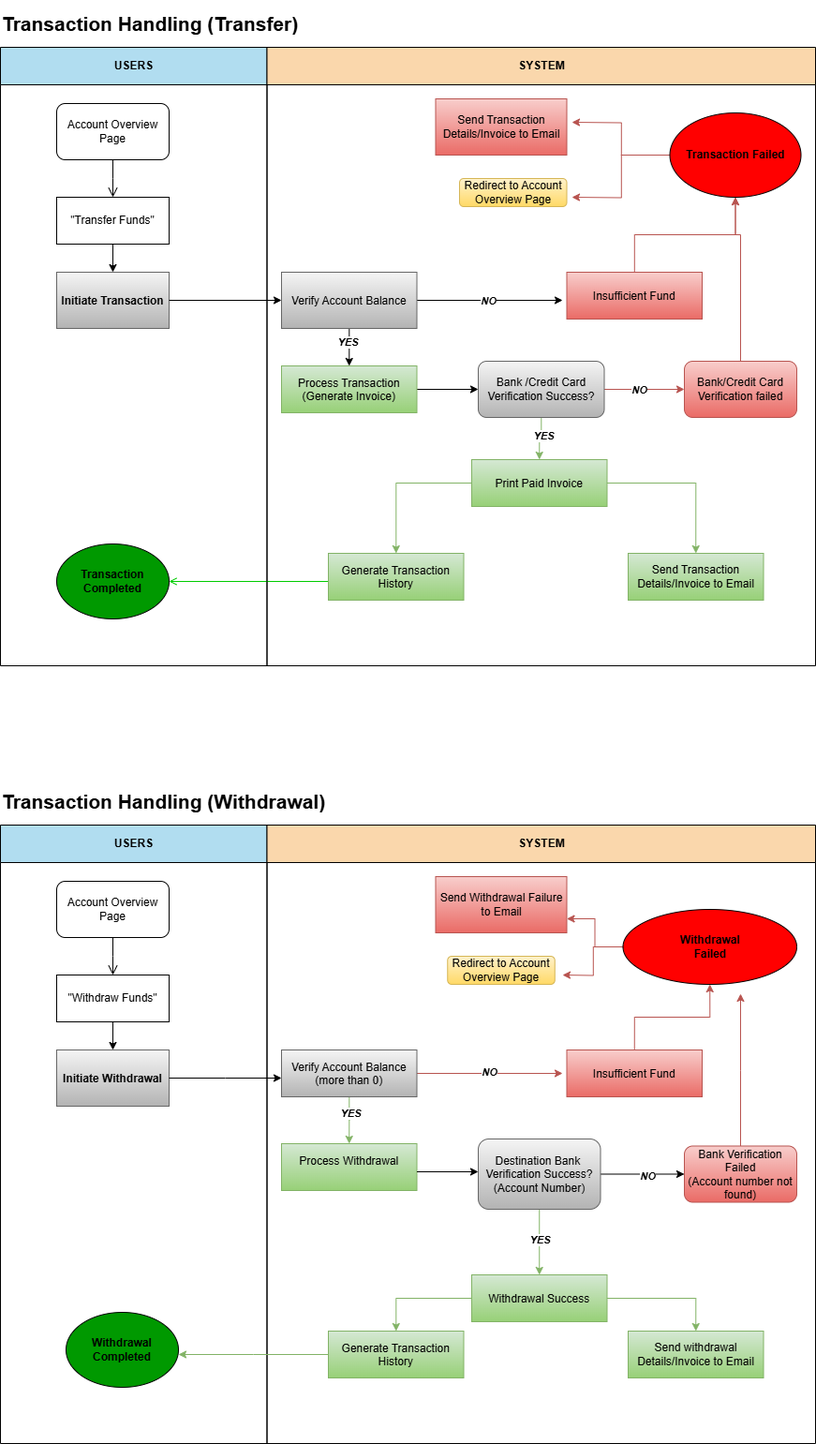
The draw.io diagram UML Diagram/Transaction Handling.png in rifqisaleh/revoubank_deploy-mrs-, before a commit. Source tidied: cells renumbered, new cells last; positions are measured from the earlier drawing's top-left corner, leaving out a move shared by most shapes.
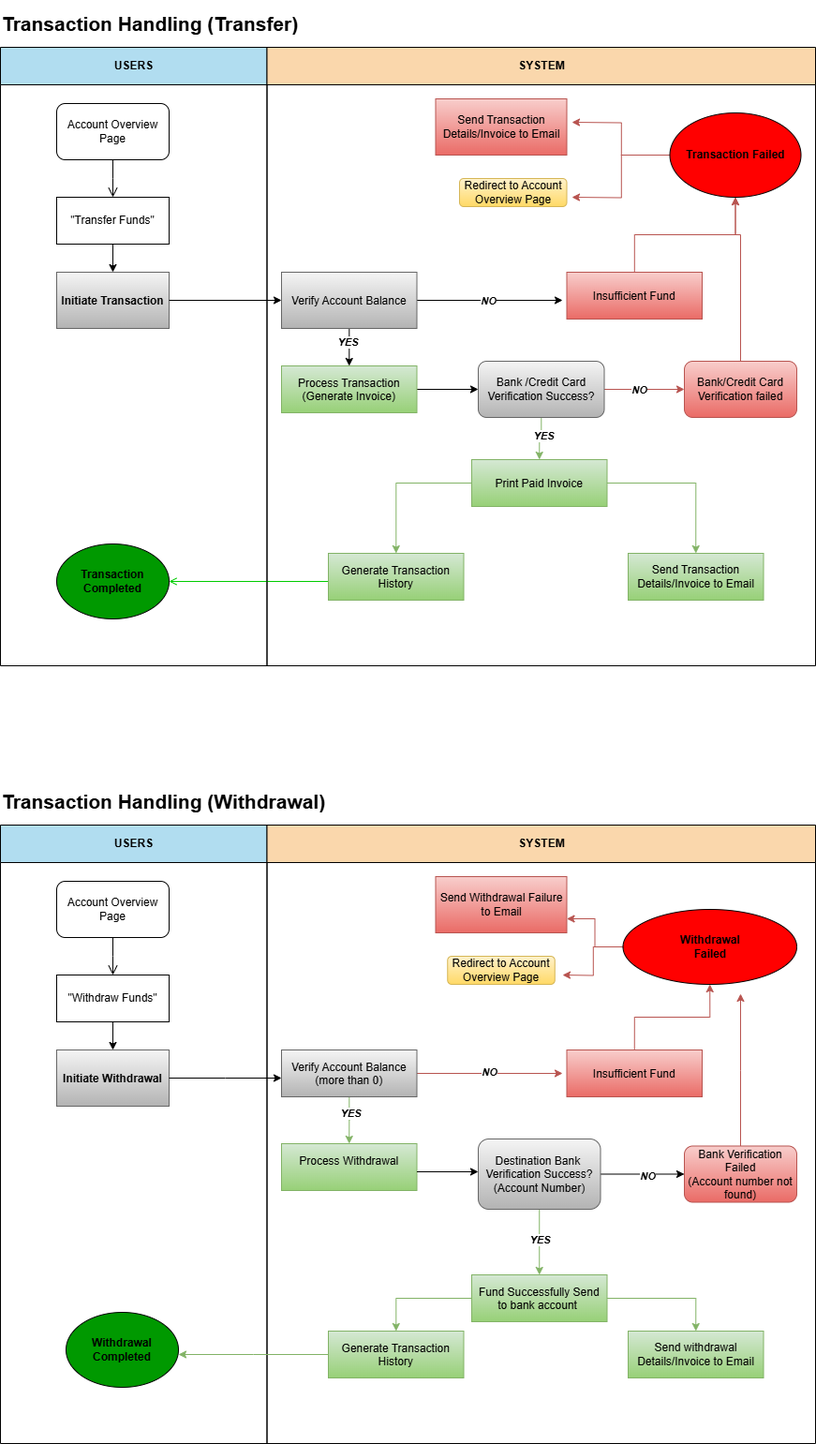
Above is the later version.

The edit, as a diff of the source:
```diff
@@ -248,7 +248,7 @@
     <mxCell id="70" style="edgeStyle=orthogonalEdgeStyle;rounded=0;jettySize=auto;html=1;entryX=0.5;entryY=0;entryDx=0;entryDy=0;strokeColor=#82b366;fillColor=#d5e8d4;" parent="46" edge="1" source="71" target="72">
       <mxGeometry relative="1" as="geometry" />
     </mxCell>
-    <mxCell id="71" value="Withdrawal Success" style="fillColor=#d5e8d4;gradientColor=#97d077;strokeColor=#82b366;" parent="46" vertex="1">
+    <mxCell id="71" value="Fund Successfully Send&#10;to bank account " style="fillColor=#d5e8d4;gradientColor=#97d077;strokeColor=#82b366;" parent="46" vertex="1">
       <mxGeometry x="218.5" y="480" width="144.5" height="50" as="geometry" />
     </mxCell>
     <mxCell id="72" value="Send withdrawal Details/Invoice to Email" style="rounded=0;whiteSpace=wrap;html=1;fillColor=#d5e8d4;gradientColor=#97d077;strokeColor=#82b366;" parent="46" vertex="1">
```
